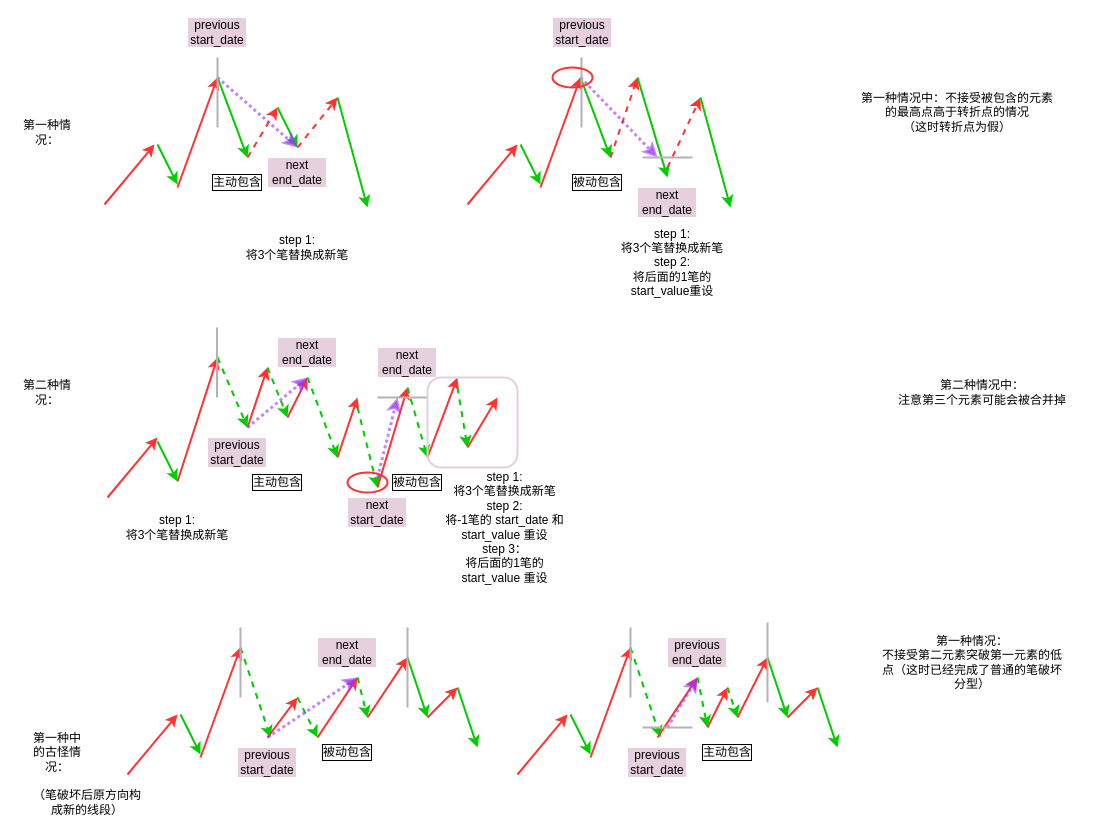
Earlier version of the draw.io diagram docs/chanlun/drawio-graphs/xd_seq.drawio (ellendan000/book-chanlun). Source tidied: cells renumbered, new cells numbered last; positions are measured from the earlier drawing's top-left corner, leaving out a move shared by most shapes. Both pictures are drawn from the tidied source at 100%, with x=0, y=0 at pixel (17, 17).
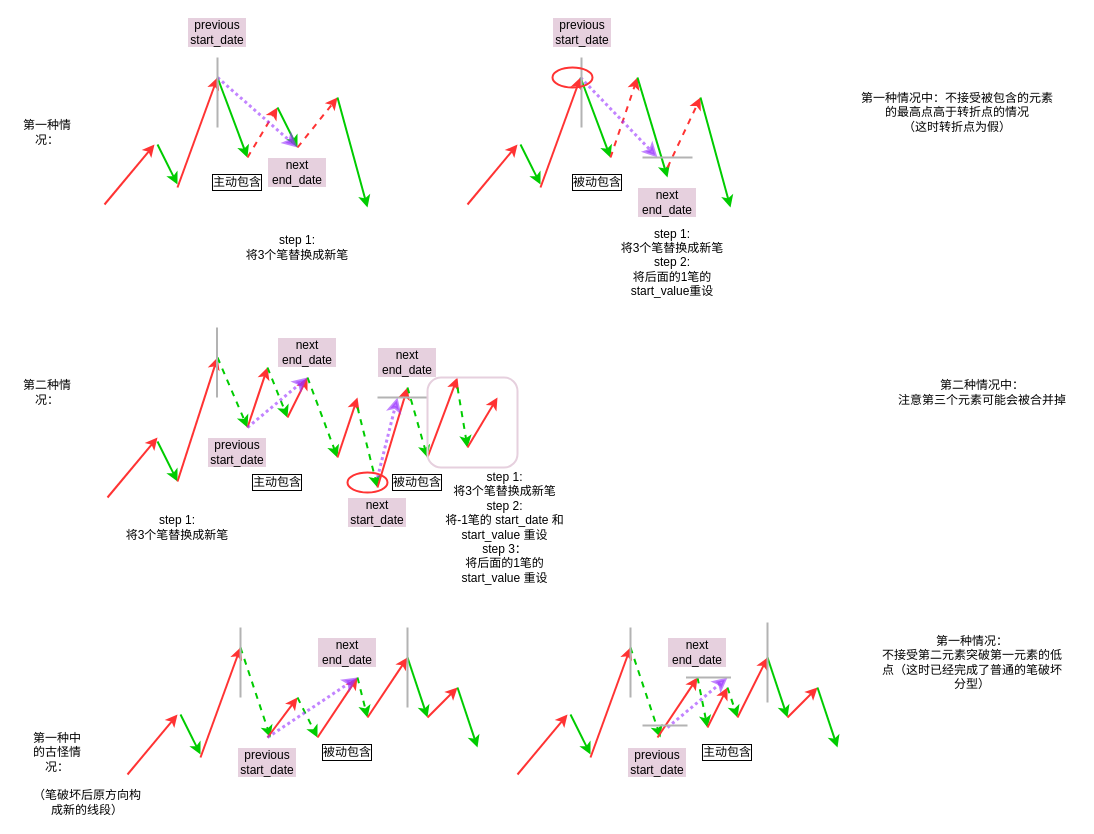
The same page after the edit.

Commit message (it also covers changes not shown here):
(docs) add first type points drawio

Diff of the diagram source:
```diff
@@
     <mxCell id="91" style="edgeStyle=none;orthogonalLoop=1;jettySize=auto;html=1;rounded=0;dashed=1;strokeWidth=3;strokeColor=#9933FF;endArrow=classic;endFill=1;opacity=60;dashPattern=1 1;" parent="1" edge="1">
       <mxGeometry relative="1" as="geometry">
         <mxPoint x="650" y="710" as="sourcePoint" />
-        <mxPoint x="680" y="660" as="targetPoint" />
+        <mxPoint x="710" y="660" as="targetPoint" />
       </mxGeometry>
     </mxCell>
     <mxCell id="92" style="endArrow=none;html=1;rounded=0;strokeWidth=2;strokeColor=#B3B3B3;" parent="1" edge="1">
       <mxGeometry relative="1" as="geometry">
-        <mxPoint x="625" y="710" as="sourcePoint" />
-        <mxPoint x="675" y="710" as="targetPoint" />
+        <mxPoint x="625" y="708" as="sourcePoint" />
+        <mxPoint x="670" y="708" as="targetPoint" />
       </mxGeometry>
     </mxCell>
@@
-    <mxCell id="96" value="previous end_date" style="text;html=1;whiteSpace=wrap;strokeColor=none;fillColor=none;align=center;verticalAlign=middle;rounded=0;labelBackgroundColor=#E6D0DE;" parent="1" vertex="1">
+    <mxCell id="96" value="next end_date" style="text;html=1;whiteSpace=wrap;strokeColor=none;fillColor=none;align=center;verticalAlign=middle;rounded=0;labelBackgroundColor=#E6D0DE;" parent="1" vertex="1">
       <mxGeometry x="650" y="620" width="60" height="30" as="geometry" />
     </mxCell>
@@
+    <mxCell id="105" style="endArrow=none;html=1;rounded=0;strokeWidth=2;strokeColor=#B3B3B3;" parent="1" edge="1">
+      <mxGeometry relative="1" as="geometry">
+        <mxPoint x="668.5" y="660" as="sourcePoint" />
+        <mxPoint x="713.5" y="660" as="targetPoint" />
+      </mxGeometry>
+    </mxCell>
```
